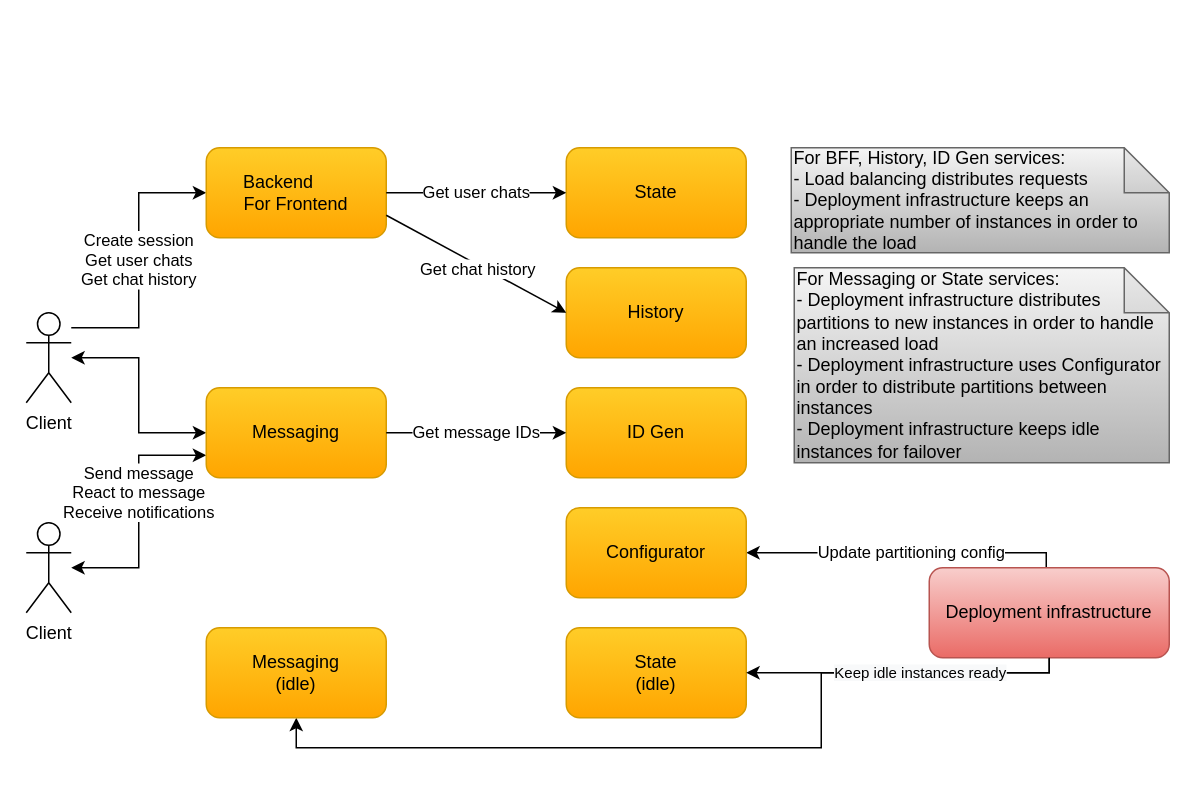
Before: docs/diagrams/cecochat-07-deployment.drawio in cvetomir-todorov/CecoChat, a draw.io diagram. Source tidied: cells renumbered, new cells numbered last; positions are measured from the earlier drawing's top-left corner, leaving out a move shared by most shapes. Both pictures are drawn from the tidied source at 150%, with x=0, y=0 at pixel (26, 147).
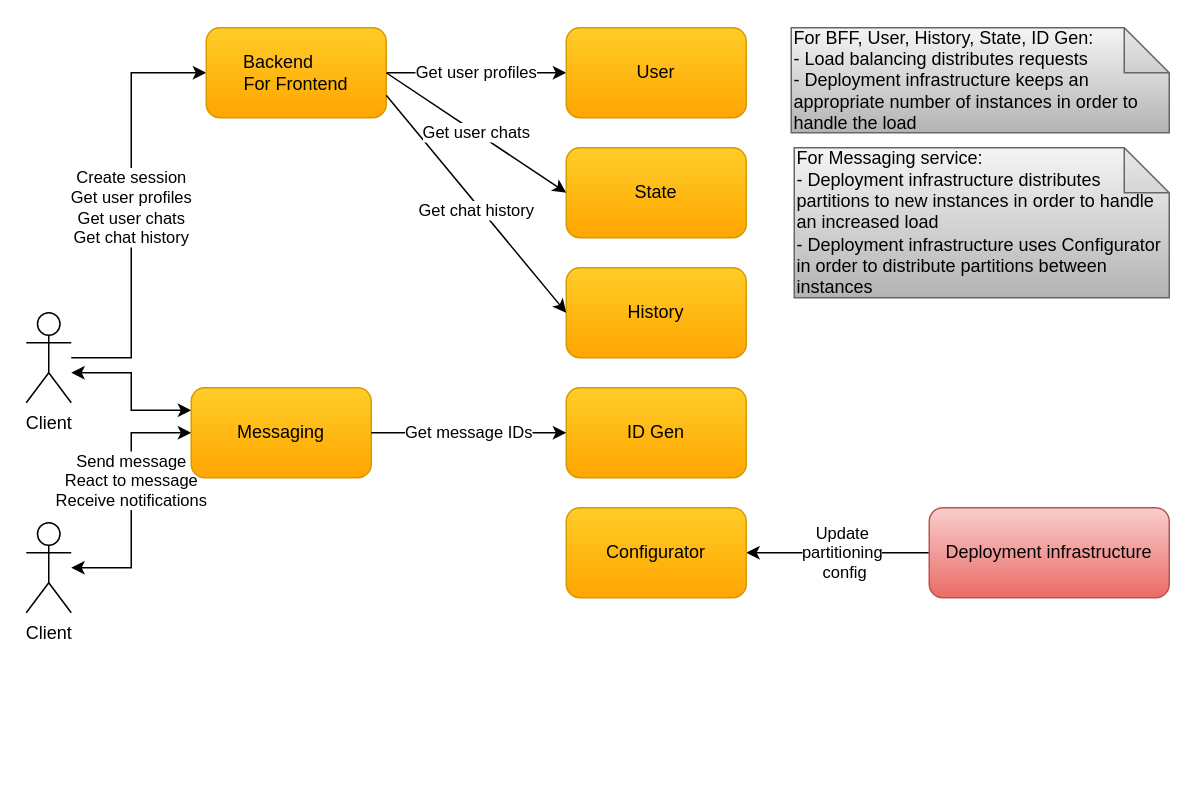
The same page after the edit.

Commit message (it also covers changes not shown here):
Update diagrams with user service

The change refers to these unchanged cells:
```xml
<mxCell id="8" value="Client" style="shape=umlActor;verticalLabelPosition=bottom;verticalAlign=top;html=1;outlineConnect=0;" parent="1" vertex="1">
  <mxGeometry y="110" width="30" height="60" as="geometry" />
</mxCell>
<mxCell id="10" value="Client" style="shape=umlActor;verticalLabelPosition=bottom;verticalAlign=top;html=1;outlineConnect=0;" parent="1" vertex="1">
  <mxGeometry y="250" width="30" height="60" as="geometry" />
</mxCell>
<mxCell id="12" value="Configurator" style="rounded=1;whiteSpace=wrap;html=1;gradientColor=#ffa500;fillColor=#ffcd28;strokeColor=#d79b00;" parent="1" vertex="1">
  <mxGeometry x="360" y="240" width="120" height="60" as="geometry" />
</mxCell>
```

What changed in the source:
```diff
@@
-    <mxCell id="2" value="Update partitioning config" style="edgeStyle=orthogonalEdgeStyle;rounded=0;jettySize=auto;html=1;entryX=1;entryY=0.5;entryDx=0;entryDy=0;" parent="1" edge="1" source="4" target="12">
+    <mxCell id="2" value="Update&lt;br&gt;partitioning&lt;br&gt;&amp;nbsp;config" style="edgeStyle=orthogonalEdgeStyle;rounded=0;jettySize=auto;html=1;entryX=1;entryY=0.5;entryDx=0;entryDy=0;" parent="1" edge="1" source="4" target="12">
       <mxGeometry x="-0.05" relative="1" as="geometry">
         <Array as="points">
-          <mxPoint x="680" y="290" />
+          <mxPoint x="530" y="270" />
+          <mxPoint x="530" y="270" />
         </Array>
       </mxGeometry>
     </mxCell>
-    <mxCell id="3" style="edgeStyle=orthogonalEdgeStyle;rounded=0;jettySize=auto;html=1;" parent="1" edge="1" source="4" target="20">
-      <mxGeometry relative="1" as="geometry">
-        <Array as="points">
-          <mxPoint x="682" y="350" />
-          <mxPoint x="530" y="350" />
-          <mxPoint x="530" y="400" />
-          <mxPoint x="180" y="400" />
-        </Array>
-      </mxGeometry>
-    </mxCell>
     <mxCell id="4" value="Deployment infrastructure" style="rounded=1;whiteSpace=wrap;html=1;gradientColor=#ea6b66;fillColor=#f8cecc;strokeColor=#b85450;" parent="1" vertex="1">
-      <mxGeometry x="602" y="280" width="160" height="60" as="geometry" />
+      <mxGeometry x="602" y="240" width="160" height="60" as="geometry" />
     </mxCell>
-    <mxCell id="5" value="&lt;div&gt;&lt;span&gt;For Messaging or State&amp;nbsp;&lt;/span&gt;&lt;span&gt;services:&lt;/span&gt;&lt;/div&gt;&lt;div&gt;&lt;span&gt;- Deployment infrastructure distributes partitions to new instances in order to handle an increased load&lt;/span&gt;&lt;br&gt;&lt;/div&gt;&lt;div&gt;&lt;span&gt;- Deployment infrastructure uses Configurator in order to distribute partitions between instances&lt;/span&gt;&lt;br&gt;&lt;/div&gt;&lt;div&gt;&lt;div&gt;- Deployment infrastructure keeps idle instances for failover&lt;/div&gt;&lt;/div&gt;" style="shape=note;whiteSpace=wrap;html=1;backgroundOutline=1;darkOpacity=0.05;align=left;gradientColor=#b3b3b3;fillColor=#f5f5f5;strokeColor=#666666;" parent="1" vertex="1">
-      <mxGeometry x="512" y="80" width="250" height="130" as="geometry" />
+    <mxCell id="5" value="&lt;div&gt;&lt;span&gt;For Messaging&amp;nbsp;&lt;/span&gt;&lt;span&gt;service:&lt;/span&gt;&lt;/div&gt;&lt;div&gt;&lt;span&gt;- Deployment infrastructure distributes partitions to new instances in order to handle an increased load&lt;/span&gt;&lt;br&gt;&lt;/div&gt;&lt;div&gt;&lt;span&gt;- Deployment infrastructure uses Configurator in order to distribute partitions between instances&lt;/span&gt;&lt;/div&gt;" style="shape=note;whiteSpace=wrap;html=1;backgroundOutline=1;darkOpacity=0.05;align=left;gradientColor=#b3b3b3;fillColor=#f5f5f5;strokeColor=#666666;" parent="1" vertex="1">
+      <mxGeometry x="512" width="250" height="100" as="geometry" />
     </mxCell>
-    <mxCell id="6" style="edgeStyle=orthogonalEdgeStyle;rounded=0;jettySize=auto;html=1;entryX=0;entryY=0.5;entryDx=0;entryDy=0;startArrow=classic;startFill=1;" parent="1" edge="1" source="8" target="11">
-      <mxGeometry relative="1" as="geometry" />
+    <mxCell id="6" style="edgeStyle=orthogonalEdgeStyle;rounded=0;jettySize=auto;html=1;entryX=0;entryY=0.25;entryDx=0;entryDy=0;startArrow=classic;startFill=1;" parent="1" edge="1" source="8" target="11">
+      <mxGeometry relative="1" as="geometry">
+        <Array as="points">
+          <mxPoint x="70" y="150" />
+          <mxPoint x="70" y="175" />
+        </Array>
+      </mxGeometry>
     </mxCell>
-    <mxCell id="7" value="Create session&lt;br&gt;Get user chats&lt;br&gt;Get chat history" style="edgeStyle=orthogonalEdgeStyle;rounded=0;jettySize=auto;html=1;entryX=0;entryY=0.5;entryDx=0;entryDy=0;" parent="1" edge="1" source="8" target="16">
+    <mxCell id="7" value="Create session&lt;br&gt;Get user profiles&lt;br&gt;Get user chats&lt;br&gt;Get chat history" style="edgeStyle=orthogonalEdgeStyle;rounded=0;jettySize=auto;html=1;entryX=0;entryY=0.5;entryDx=0;entryDy=0;" parent="1" edge="1" source="8" target="16">
       <mxGeometry relative="1" as="geometry">
         <Array as="points">
-          <mxPoint x="75" y="120" />
-          <mxPoint x="75" y="30" />
+          <mxPoint x="70" y="140" />
+          <mxPoint x="70" y="-50" />
         </Array>
       </mxGeometry>
     </mxCell>
@@
-    <mxCell id="9" value="Send message&lt;br&gt;React to message&lt;br&gt;Receive notifications" style="edgeStyle=orthogonalEdgeStyle;rounded=0;jettySize=auto;html=1;entryX=0;entryY=0.75;entryDx=0;entryDy=0;startArrow=classic;startFill=1;" parent="1" edge="1" source="10" target="11">
+    <mxCell id="9" value="Send message&lt;br&gt;React to message&lt;br&gt;Receive notifications" style="edgeStyle=orthogonalEdgeStyle;rounded=0;jettySize=auto;html=1;entryX=0;entryY=0.5;entryDx=0;entryDy=0;startArrow=classic;startFill=1;" parent="1" edge="1" source="10" target="11">
       <mxGeometry x="0.15" relative="1" as="geometry" />
     </mxCell>
@@
     <mxCell id="11" value="&lt;font style=&quot;font-size: 12px&quot;&gt;Messaging&lt;/font&gt;" style="rounded=1;whiteSpace=wrap;html=1;gradientColor=#ffa500;fillColor=#ffcd28;strokeColor=#d79b00;" parent="1" vertex="1">
-      <mxGeometry x="120" y="160" width="120" height="60" as="geometry" />
+      <mxGeometry x="110" y="160" width="120" height="60" as="geometry" />
     </mxCell>
@@
+    <mxCell id="24" value="Get user profiles" style="edgeStyle=orthogonalEdgeStyle;rounded=0;jettySize=auto;html=1;entryX=0;entryY=0.5;entryDx=0;entryDy=0;" parent="1" edge="1" source="16" target="25">
+      <mxGeometry relative="1" as="geometry" />
+    </mxCell>
     <mxCell id="16" value="&lt;font style=&quot;font-size: 12px&quot;&gt;Backend&amp;nbsp; &amp;nbsp; &amp;nbsp; &amp;nbsp;&lt;br&gt;For Frontend&lt;/font&gt;" style="rounded=1;whiteSpace=wrap;html=1;gradientColor=#ffa500;fillColor=#ffcd28;strokeColor=#d79b00;" parent="1" vertex="1">
-      <mxGeometry x="120" width="120" height="60" as="geometry" />
+      <mxGeometry x="120" y="-80" width="120" height="60" as="geometry" />
     </mxCell>
@@
-    <mxCell id="20" value="&lt;font style=&quot;font-size: 12px&quot;&gt;Messaging&lt;br&gt;(idle)&lt;br&gt;&lt;/font&gt;" style="rounded=1;whiteSpace=wrap;html=1;gradientColor=#ffa500;fillColor=#ffcd28;strokeColor=#d79b00;" parent="1" vertex="1">
-      <mxGeometry x="120" y="320" width="120" height="60" as="geometry" />
-    </mxCell>
-    <mxCell id="21" value="&lt;div&gt;&lt;span&gt;For BFF, History,&amp;nbsp;&lt;/span&gt;&lt;span&gt;ID Gen services:&lt;/span&gt;&lt;/div&gt;&lt;div&gt;- Load balancing distributes requests&lt;span&gt;&lt;br&gt;&lt;/span&gt;&lt;/div&gt;&lt;div&gt;&lt;span&gt;- Deployment infrastructure keeps an appropriate number of instances in order to handle the load&lt;/span&gt;&lt;/div&gt;" style="shape=note;whiteSpace=wrap;html=1;backgroundOutline=1;darkOpacity=0.05;align=left;gradientColor=#b3b3b3;fillColor=#f5f5f5;strokeColor=#666666;" parent="1" vertex="1">
-      <mxGeometry x="510" width="252" height="70" as="geometry" />
+    <mxCell id="21" value="&lt;div&gt;&lt;span&gt;For BFF, User, History, State,&amp;nbsp;&lt;/span&gt;&lt;span&gt;ID Gen:&lt;/span&gt;&lt;/div&gt;&lt;div&gt;- Load balancing distributes requests&lt;span&gt;&lt;br&gt;&lt;/span&gt;&lt;/div&gt;&lt;div&gt;&lt;span&gt;- Deployment infrastructure keeps an appropriate number of instances in order to handle the load&lt;/span&gt;&lt;/div&gt;" style="shape=note;whiteSpace=wrap;html=1;backgroundOutline=1;darkOpacity=0.05;align=left;gradientColor=#b3b3b3;fillColor=#f5f5f5;strokeColor=#666666;" parent="1" vertex="1">
+      <mxGeometry x="510" y="-80" width="252" height="70" as="geometry" />
     </mxCell>
-    <mxCell id="22" value="&lt;font style=&quot;font-size: 12px&quot;&gt;State&lt;br&gt;(idle)&lt;br&gt;&lt;/font&gt;" style="rounded=1;whiteSpace=wrap;html=1;gradientColor=#ffa500;fillColor=#ffcd28;strokeColor=#d79b00;" parent="1" vertex="1">
-      <mxGeometry x="360" y="320" width="120" height="60" as="geometry" />
-    </mxCell>
-    <mxCell id="23" value="&lt;font style=&quot;font-size: 10px&quot;&gt;&lt;span style=&quot;text-align: left ; background-color: rgb(248 , 249 , 250)&quot;&gt;Keep idle&amp;nbsp;&lt;/span&gt;&lt;span style=&quot;text-align: left ; background-color: rgb(248 , 249 , 250)&quot;&gt;instances ready&lt;/span&gt;&lt;/font&gt;" style="edgeStyle=orthogonalEdgeStyle;rounded=0;jettySize=auto;html=1;entryX=1;entryY=0.5;entryDx=0;entryDy=0;exitX=0.5;exitY=1;exitDx=0;exitDy=0;" parent="1" edge="1" source="4" target="22">
-      <mxGeometry x="-0.09" relative="1" as="geometry">
-        <Array as="points">
-          <mxPoint x="682" y="350" />
-        </Array>
-      </mxGeometry>
-    </mxCell>
+    <mxCell id="25" value="&lt;font style=&quot;font-size: 12px&quot;&gt;User&lt;/font&gt;" style="rounded=1;whiteSpace=wrap;html=1;gradientColor=#ffa500;fillColor=#ffcd28;strokeColor=#d79b00;" parent="1" vertex="1">
+      <mxGeometry x="360" y="-80" width="120" height="60" as="geometry" />
+    </mxCell>
```
